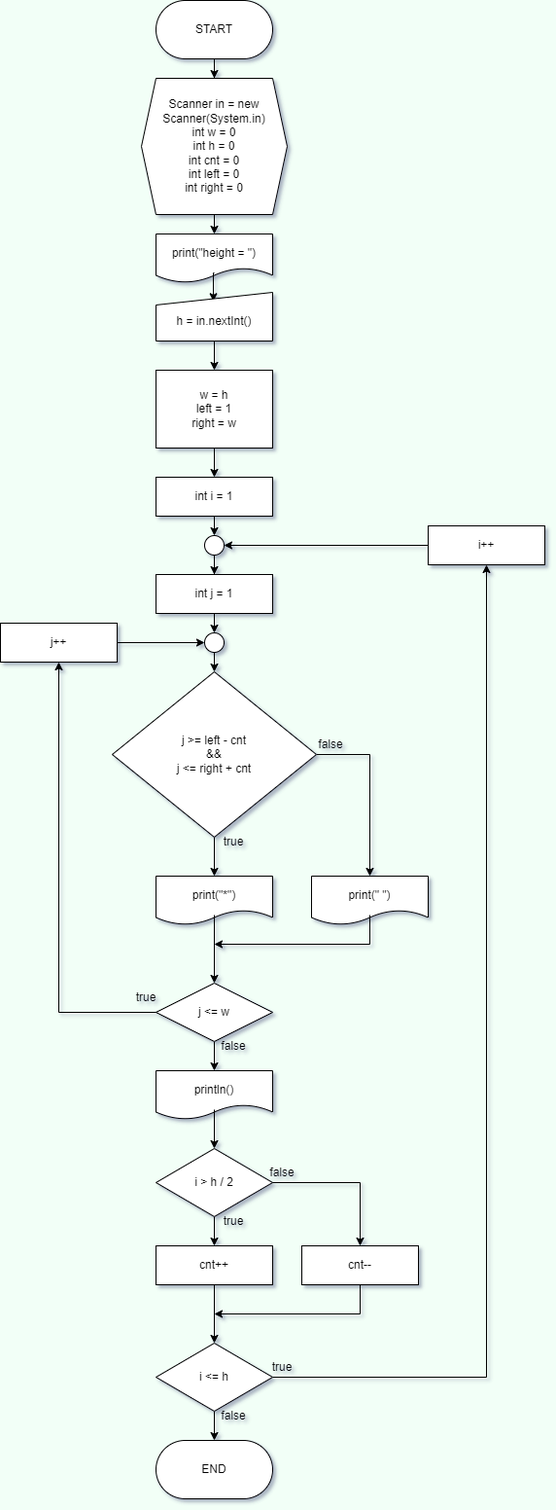
The draw.io diagram src/FlowChartImage/MakeShape_4.png in RepiDot/Individual, before a commit. Source tidied: cells renumbered, new cells last; positions are measured from the earlier drawing's top-left corner, leaving out a move shared by most shapes.
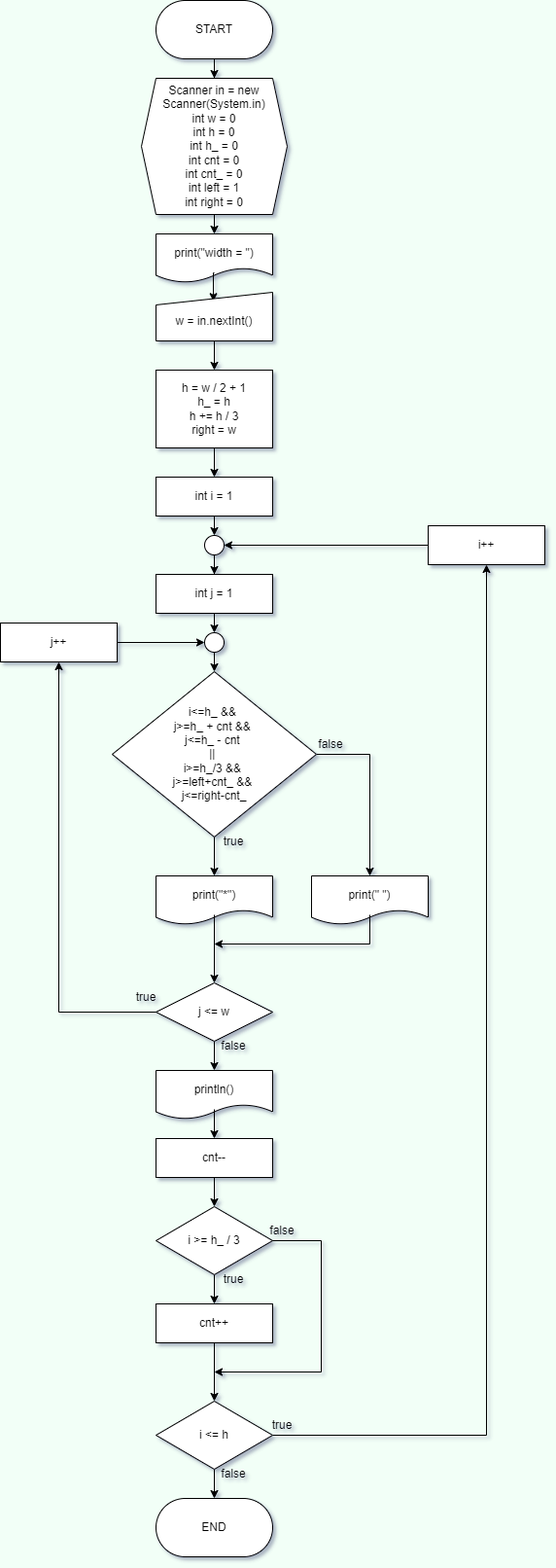
After the change.

Diff of the diagram source:
```diff
@@ -19,7 +19,7 @@
     <mxCell id="6" style="edgeStyle=orthogonalEdgeStyle;rounded=0;jettySize=auto;html=1;exitX=0.5;exitY=1;exitDx=0;exitDy=0;entryX=0.5;entryY=0;entryDx=0;entryDy=0;" parent="1" edge="1" source="7" target="8">
       <mxGeometry relative="1" as="geometry" />
     </mxCell>
-    <mxCell id="7" value="Scanner in = new Scanner(System.in)&lt;br&gt;int w = 0&lt;br&gt;int h = 0&lt;br&gt;int cnt = 0&lt;br&gt;int left = 0&lt;br&gt;int right = 0" style="shape=hexagon;perimeter=hexagonPerimeter2;whiteSpace=wrap;html=1;fixedSize=1;size=15;" parent="1" vertex="1">
+    <mxCell id="7" value="Scanner in = new Scanner(System.in)&lt;br&gt;int w = 0&lt;br&gt;int h = 0&lt;br&gt;int h_ = 0&lt;br&gt;int cnt = 0&lt;br&gt;int cnt_ = 0&lt;br&gt;int left = 1&lt;br&gt;int right = 0" style="shape=hexagon;perimeter=hexagonPerimeter2;whiteSpace=wrap;html=1;fixedSize=1;size=15;" parent="1" vertex="1">
       <mxGeometry x="145" y="80" width="150" height="140" as="geometry" />
     </mxCell>
     <mxCell id="8" style="shape=document;whiteSpace=wrap;html=1;boundedLbl=1;" parent="1" vertex="1">
@@ -28,7 +28,7 @@
     <mxCell id="9" style="edgeStyle=orthogonalEdgeStyle;rounded=0;jettySize=auto;html=1;exitX=0.5;exitY=1;exitDx=0;exitDy=0;entryX=0.492;entryY=0.186;entryDx=0;entryDy=0;entryPerimeter=0;" parent="1" edge="1" source="10" target="11">
       <mxGeometry relative="1" as="geometry" />
     </mxCell>
-    <mxCell id="10" value="print(&quot;height = &quot;)" style="text;html=1;strokeColor=none;fillColor=none;align=center;verticalAlign=middle;whiteSpace=wrap;rounded=0;" parent="1" vertex="1">
+    <mxCell id="10" value="print(&quot;width = &quot;)" style="text;html=1;strokeColor=none;fillColor=none;align=center;verticalAlign=middle;whiteSpace=wrap;rounded=0;" parent="1" vertex="1">
       <mxGeometry x="160" y="240" width="120" height="40" as="geometry" />
     </mxCell>
     <mxCell id="11" style="shape=manualInput;whiteSpace=wrap;html=1;size=13;" parent="1" vertex="1">
@@ -37,13 +37,13 @@
     <mxCell id="12" style="edgeStyle=orthogonalEdgeStyle;rounded=0;jettySize=auto;html=1;exitX=0.5;exitY=1;exitDx=0;exitDy=0;entryX=0.5;entryY=0;entryDx=0;entryDy=0;" parent="1" edge="1" source="13" target="15">
       <mxGeometry relative="1" as="geometry" />
     </mxCell>
-    <mxCell id="13" value="h = in.nextInt()" style="text;html=1;strokeColor=none;fillColor=none;align=center;verticalAlign=middle;whiteSpace=wrap;rounded=0;" parent="1" vertex="1">
+    <mxCell id="13" value="w = in.nextInt()" style="text;html=1;strokeColor=none;fillColor=none;align=center;verticalAlign=middle;whiteSpace=wrap;rounded=0;" parent="1" vertex="1">
       <mxGeometry x="160" y="310" width="120" height="40" as="geometry" />
     </mxCell>
     <mxCell id="14" style="edgeStyle=orthogonalEdgeStyle;rounded=0;jettySize=auto;html=1;entryX=0.5;entryY=0;entryDx=0;entryDy=0;" parent="1" edge="1" source="15" target="20">
       <mxGeometry relative="1" as="geometry" />
     </mxCell>
-    <mxCell id="15" value="w = h&lt;br&gt;left = 1&lt;br&gt;right = w" style="rounded=0;whiteSpace=wrap;html=1;" parent="1" vertex="1">
+    <mxCell id="15" value="h = w / 2 + 1&lt;br&gt;h_ = h&lt;br&gt;h += h / 3&lt;br&gt;right = w" style="rounded=0;whiteSpace=wrap;html=1;" parent="1" vertex="1">
       <mxGeometry x="160" y="380" width="120" height="80" as="geometry" />
     </mxCell>
     <mxCell id="16" style="edgeStyle=orthogonalEdgeStyle;rounded=0;jettySize=auto;html=1;" parent="1" edge="1" source="17" target="23">
@@ -82,7 +82,7 @@
     <mxCell id="27" style="edgeStyle=orthogonalEdgeStyle;rounded=0;jettySize=auto;html=1;exitX=0.5;exitY=1;exitDx=0;exitDy=0;entryX=0.5;entryY=0;entryDx=0;entryDy=0;" parent="1" edge="1" source="28" target="31">
       <mxGeometry relative="1" as="geometry" />
     </mxCell>
-    <mxCell id="28" value="j &amp;gt;= left - cnt&lt;br&gt;&amp;amp;&amp;amp;&lt;br&gt;j &amp;lt;= right + cnt" style="rhombus;whiteSpace=wrap;html=1;" parent="1" vertex="1">
+    <mxCell id="28" value="i&amp;lt;=h_ &amp;amp;&amp;amp; &lt;br&gt;j&amp;gt;=h_ + cnt &amp;amp;&amp;amp; &lt;br&gt;j&amp;lt;=h_ - cnt &lt;br&gt;|| &lt;br&gt;i&amp;gt;=h_/3 &amp;amp;&amp;amp; &lt;br&gt;j&amp;gt;=left+cnt_ &amp;amp;&amp;amp; &lt;br&gt;j&amp;lt;=right-cnt_" style="rhombus;whiteSpace=wrap;html=1;" parent="1" vertex="1">
       <mxGeometry x="115" y="690" width="210" height="170" as="geometry" />
     </mxCell>
     <mxCell id="29" style="shape=document;whiteSpace=wrap;html=1;boundedLbl=1;" parent="1" vertex="1">
@@ -117,9 +117,9 @@
     <mxCell id="37" style="shape=document;whiteSpace=wrap;html=1;boundedLbl=1;" parent="1" vertex="1">
       <mxGeometry x="160" y="1100" width="120" height="50" as="geometry" />
     </mxCell>
-    <mxCell id="38" style="edgeStyle=orthogonalEdgeStyle;rounded=0;jettySize=auto;html=1;exitX=0.5;exitY=1;exitDx=0;exitDy=0;entryX=0.5;entryY=0;entryDx=0;entryDy=0;" parent="1" edge="1" source="39" target="50">
-      <mxGeometry relative="1" as="geometry" />
-    </mxCell>
+    <mxCell id="72" style="edgeStyle=orthogonalEdgeStyle;rounded=0;jettySize=auto;html=1;entryX=0.5;entryY=0;entryDx=0;entryDy=0;" parent="1" edge="1" source="39" target="71">
+      <mxGeometry relative="1" as="geometry" />
+    </mxCell>
     <mxCell id="39" value="println()" style="text;html=1;strokeColor=none;fillColor=none;align=center;verticalAlign=middle;whiteSpace=wrap;rounded=0;" parent="1" vertex="1">
       <mxGeometry x="160" y="1100" width="120" height="40" as="geometry" />
     </mxCell>
@@ -154,25 +154,31 @@
       <mxGeometry relative="1" as="geometry" />
     </mxCell>
     <mxCell id="50" style="rhombus;whiteSpace=wrap;html=1;" parent="1" vertex="1">
-      <mxGeometry x="160" y="1180" width="120" height="70" as="geometry" />
+      <mxGeometry x="160" y="1240" width="120" height="70" as="geometry" />
     </mxCell>
-    <mxCell id="51" style="edgeStyle=orthogonalEdgeStyle;rounded=0;jettySize=auto;html=1;exitX=1;exitY=0.5;exitDx=0;exitDy=0;entryX=0.5;entryY=0;entryDx=0;entryDy=0;" parent="1" edge="1" source="52" target="71">
-      <mxGeometry relative="1" as="geometry" />
-    </mxCell>
+    <mxCell id="73" style="edgeStyle=orthogonalEdgeStyle;rounded=0;jettySize=auto;html=1;" parent="1" edge="1" source="52">
+      <mxGeometry relative="1" as="geometry">
+        <mxPoint x="220" y="1410" as="targetPoint" />
+        <Array as="points">
+          <mxPoint x="330" y="1275" />
+          <mxPoint x="330" y="1410" />
+        </Array>
+      </mxGeometry>
+    </mxCell>
-    <mxCell id="52" value="i &amp;gt; h / 2" style="text;html=1;strokeColor=none;fillColor=none;align=center;verticalAlign=middle;whiteSpace=wrap;rounded=0;" parent="1" vertex="1">
-      <mxGeometry x="160" y="1195" width="120" height="40" as="geometry" />
+    <mxCell id="52" value="i &amp;gt;= h_ / 3" style="text;html=1;strokeColor=none;fillColor=none;align=center;verticalAlign=middle;whiteSpace=wrap;rounded=0;" parent="1" vertex="1">
+      <mxGeometry x="160" y="1255" width="120" height="40" as="geometry" />
     </mxCell>
     <mxCell id="53" style="whiteSpace=wrap;html=1;" parent="1" vertex="1">
-      <mxGeometry x="160" y="1280" width="120" height="40" as="geometry" />
+      <mxGeometry x="160" y="1340" width="120" height="40" as="geometry" />
     </mxCell>
     <mxCell id="54" style="edgeStyle=orthogonalEdgeStyle;rounded=0;jettySize=auto;html=1;" parent="1" edge="1" source="55" target="59">
       <mxGeometry relative="1" as="geometry" />
     </mxCell>
     <mxCell id="55" value="cnt++" style="text;html=1;strokeColor=none;fillColor=none;align=center;verticalAlign=middle;whiteSpace=wrap;rounded=0;" parent="1" vertex="1">
-      <mxGeometry x="160" y="1280" width="120" height="40" as="geometry" />
+      <mxGeometry x="160" y="1340" width="120" height="40" as="geometry" />
     </mxCell>
     <mxCell id="56" value="true" style="text;html=1;strokeColor=none;fillColor=none;align=center;verticalAlign=middle;whiteSpace=wrap;rounded=0;" parent="1" vertex="1">
-      <mxGeometry x="210" y="1240" width="60" height="30" as="geometry" />
+      <mxGeometry x="210" y="1300" width="60" height="30" as="geometry" />
     </mxCell>
     <mxCell id="57" style="edgeStyle=orthogonalEdgeStyle;rounded=0;jettySize=auto;html=1;entryX=0.5;entryY=1;entryDx=0;entryDy=0;" parent="1" edge="1" source="59" target="63">
       <mxGeometry relative="1" as="geometry" />
@@ -181,10 +187,10 @@
       <mxGeometry relative="1" as="geometry" />
     </mxCell>
     <mxCell id="59" style="rhombus;whiteSpace=wrap;html=1;" parent="1" vertex="1">
-      <mxGeometry x="160" y="1380" width="120" height="70" as="geometry" />
+      <mxGeometry x="160" y="1440" width="120" height="70" as="geometry" />
     </mxCell>
     <mxCell id="60" value="i &amp;lt;= h" style="text;html=1;strokeColor=none;fillColor=none;align=center;verticalAlign=middle;whiteSpace=wrap;rounded=0;" parent="1" vertex="1">
-      <mxGeometry x="160" y="1395" width="120" height="40" as="geometry" />
+      <mxGeometry x="160" y="1455" width="120" height="40" as="geometry" />
     </mxCell>
     <mxCell id="61" style="edgeStyle=orthogonalEdgeStyle;rounded=0;jettySize=auto;html=1;entryX=1;entryY=0.5;entryDx=0;entryDy=0;" parent="1" edge="1" source="62" target="17">
       <mxGeometry relative="1" as="geometry" />
@@ -196,34 +202,28 @@
       <mxGeometry x="440" y="540" width="120" height="40" as="geometry" />
     </mxCell>
     <mxCell id="64" value="false" style="text;html=1;strokeColor=none;fillColor=none;align=center;verticalAlign=middle;whiteSpace=wrap;rounded=0;" parent="1" vertex="1">
-      <mxGeometry x="260" y="1190" width="60" height="30" as="geometry" />
+      <mxGeometry x="260" y="1250" width="60" height="30" as="geometry" />
     </mxCell>
     <mxCell id="65" value="true" style="text;html=1;strokeColor=none;fillColor=none;align=center;verticalAlign=middle;whiteSpace=wrap;rounded=0;" parent="1" vertex="1">
-      <mxGeometry x="260" y="1390" width="60" height="30" as="geometry" />
+      <mxGeometry x="260" y="1450" width="60" height="30" as="geometry" />
     </mxCell>
     <mxCell id="66" value="false" style="text;html=1;strokeColor=none;fillColor=none;align=center;verticalAlign=middle;whiteSpace=wrap;rounded=0;" parent="1" vertex="1">
-      <mxGeometry x="210" y="1440" width="60" height="30" as="geometry" />
+      <mxGeometry x="210" y="1500" width="60" height="30" as="geometry" />
     </mxCell>
     <mxCell id="67" style="rounded=1;whiteSpace=wrap;html=1;arcSize=50;" parent="1" vertex="1">
-      <mxGeometry x="160" y="1480" width="120" height="60" as="geometry" />
+      <mxGeometry x="160" y="1540" width="120" height="60" as="geometry" />
     </mxCell>
     <mxCell id="68" value="END" style="text;html=1;strokeColor=none;fillColor=none;align=center;verticalAlign=middle;whiteSpace=wrap;rounded=0;" parent="1" vertex="1">
-      <mxGeometry x="160" y="1480" width="120" height="60" as="geometry" />
+      <mxGeometry x="160" y="1540" width="120" height="60" as="geometry" />
     </mxCell>
-    <mxCell id="69" style="whiteSpace=wrap;html=1;" parent="1" vertex="1">
-      <mxGeometry x="310" y="1280" width="120" height="40" as="geometry" />
-    </mxCell>
-    <mxCell id="70" style="edgeStyle=orthogonalEdgeStyle;rounded=0;jettySize=auto;html=1;exitX=0.5;exitY=1;exitDx=0;exitDy=0;" parent="1" edge="1" source="71">
-      <mxGeometry relative="1" as="geometry">
-        <mxPoint x="220" y="1350" as="targetPoint" />
-        <Array as="points">
-          <mxPoint x="370" y="1350" />
-          <mxPoint x="220" y="1350" />
-        </Array>
-      </mxGeometry>
-    </mxCell>
+    <mxCell id="74" style="rounded=0;whiteSpace=wrap;html=1;" parent="1" vertex="1">
+      <mxGeometry x="160" y="1170" width="120" height="40" as="geometry" />
+    </mxCell>
+    <mxCell id="75" style="edgeStyle=orthogonalEdgeStyle;rounded=0;jettySize=auto;html=1;entryX=0.5;entryY=0;entryDx=0;entryDy=0;" parent="1" edge="1" source="71" target="50">
+      <mxGeometry relative="1" as="geometry" />
+    </mxCell>
     <mxCell id="71" value="cnt--" style="text;html=1;strokeColor=none;fillColor=none;align=center;verticalAlign=middle;whiteSpace=wrap;rounded=0;" parent="1" vertex="1">
-      <mxGeometry x="310" y="1280" width="120" height="40" as="geometry" />
+      <mxGeometry x="160" y="1170" width="120" height="40" as="geometry" />
     </mxCell>
   </root>
 </mxGraphModel>
```
